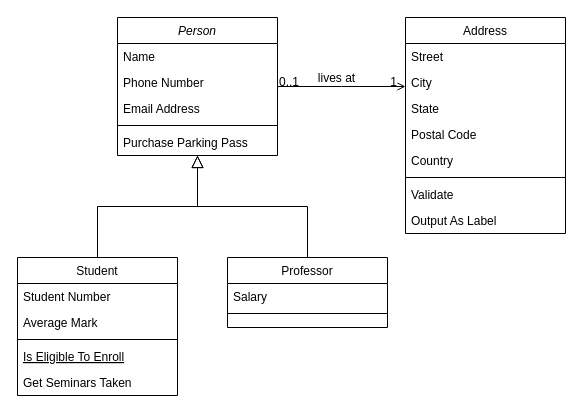
Earlier version of the draw.io diagram Untitled Diagram.drawio (elisasimoni/SpaccaBolle). Source tidied: cells renumbered, new cells numbered last; positions are measured from the earlier drawing's top-left corner, leaving out a move shared by most shapes. Both pictures are drawn from the tidied source at 100%, with x=0, y=0 at pixel (17, 17).
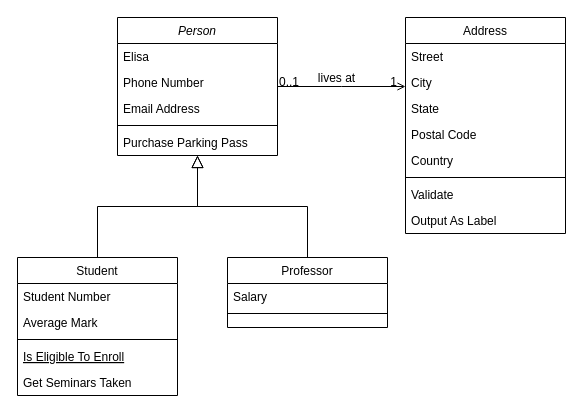
Above is the later version.

The change refers to these unchanged cells:
```xml
<mxCell id="2" value="Person" style="swimlane;fontStyle=2;align=center;verticalAlign=top;horizontal=1;startSize=26;rounded=0;shadow=0;strokeWidth=1;" parent="1" vertex="1">
  <mxGeometry x="100" width="160" height="138" as="geometry" />
</mxCell>
```

Change to the diagram source:
```diff
@@
-    <mxCell id="3" value="Name" style="text;align=left;verticalAlign=top;spacingLeft=4;spacingRight=4;overflow=hidden;" parent="2" vertex="1">
+    <mxCell id="3" value="Elisa" style="text;align=left;verticalAlign=top;spacingLeft=4;spacingRight=4;overflow=hidden;" parent="2" vertex="1">
       <mxGeometry y="26" width="160" height="26" as="geometry" />
     </mxCell>
```
